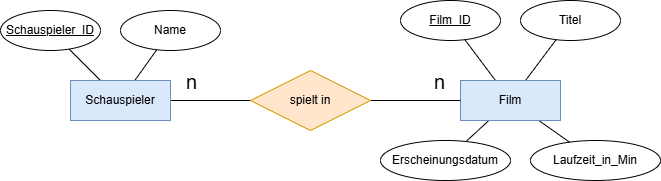
Above: slides/content/slides/2AHWII/INFI/assets/er-movie-actor-example.drawio.png in HTL-Wolfsberg-Betriebsinformatik/skript (draw.io), before the change. Source tidied: cells renumbered, new cells last; positions are measured from the earlier drawing's top-left corner, leaving out a move shared by most shapes.
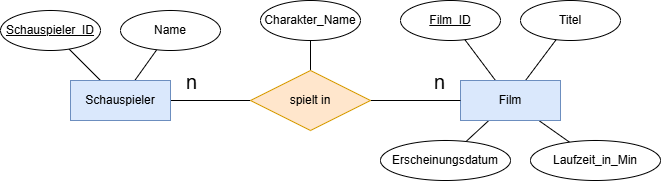
After the change.

Commit message:
updated: Slides for DB relationsschema

Diff of the diagram source:
```diff
@@ -42,6 +42,9 @@
         <mxPoint y="-20" as="offset" />
       </mxGeometry>
     </mxCell>
+    <mxCell id="21" style="edgeStyle=none;html=1;endArrow=none;endFill=0;" parent="1" edge="1" source="14" target="22">
+      <mxGeometry relative="1" as="geometry" />
+    </mxCell>
     <mxCell id="14" value="spielt in" style="shape=rhombus;perimeter=rhombusPerimeter;whiteSpace=wrap;html=1;align=center;fillColor=#ffe6cc;strokeColor=#d79b00;" parent="1" vertex="1">
       <mxGeometry x="250" y="70" width="120" height="60" as="geometry" />
     </mxCell>
@@ -63,5 +66,8 @@
     <mxCell id="20" value="Laufzeit_in_Min" style="ellipse;whiteSpace=wrap;html=1;align=center;labelBorderColor=none;labelBackgroundColor=none;fontStyle=0;" parent="1" vertex="1">
       <mxGeometry x="530" y="140" width="130" height="40" as="geometry" />
     </mxCell>
+    <mxCell id="22" value="Charakter_Name" style="ellipse;whiteSpace=wrap;html=1;align=center;labelBorderColor=none;labelBackgroundColor=none;fontStyle=0;" parent="1" vertex="1">
+      <mxGeometry x="260" width="100" height="40" as="geometry" />
+    </mxCell>
   </root>
 </mxGraphModel>
```
